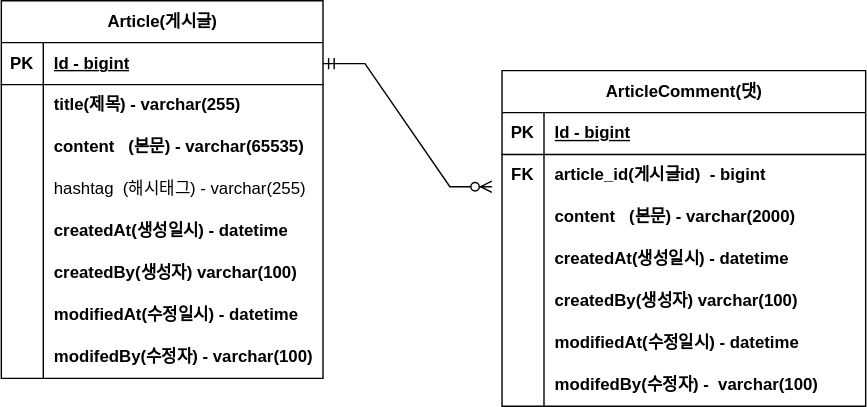
The draw.io diagram document/project-board-erd.svg in Minzion0/project-board, before a commit. Source tidied: cells renumbered, new cells last; positions are measured from the earlier drawing's top-left corner, leaving out a move shared by most shapes.
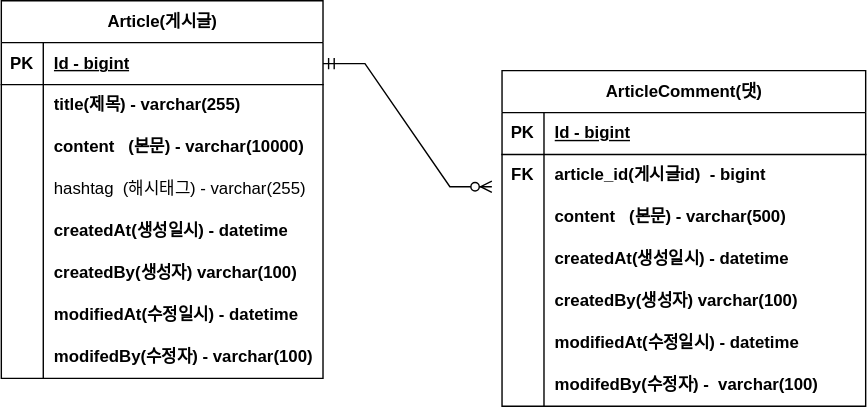
Above is the later version.

Commit message:
#10 - erd 업데이트 : content 길이 수정

What changed in the source:
```diff
@@ -29,7 +29,7 @@
     <mxCell id="10" style="shape=partialRectangle;fillColor=none;top=0;left=0;bottom=0;right=0;overflow=hidden;whiteSpace=wrap;html=1;" parent="9" vertex="1">
       <mxGeometry width="30" height="30" as="geometry" />
     </mxCell>
-    <mxCell id="11" value="content&amp;nbsp; &amp;nbsp;(본문) - varchar(65535)" style="shape=partialRectangle;fillColor=none;top=0;left=0;bottom=0;right=0;align=left;spacingLeft=6;overflow=hidden;whiteSpace=wrap;html=1;fontStyle=1;" parent="9" vertex="1">
+    <mxCell id="11" value="content&amp;nbsp; &amp;nbsp;(본문) - varchar(10000)" style="shape=partialRectangle;fillColor=none;top=0;left=0;bottom=0;right=0;align=left;spacingLeft=6;overflow=hidden;whiteSpace=wrap;html=1;fontStyle=1;" parent="9" vertex="1">
       <mxGeometry x="30" width="200" height="30" as="geometry" />
     </mxCell>
     <mxCell id="12" style="shape=tableRow;horizontal=0;startSize=0;swimlaneHead=0;swimlaneBody=0;fillColor=none;top=0;left=0;right=0;bottom=0;" parent="2" vertex="1">
@@ -104,7 +104,7 @@
     <mxCell id="35" style="shape=partialRectangle;fillColor=none;top=0;left=0;bottom=0;right=0;overflow=hidden;whiteSpace=wrap;html=1;" parent="34" vertex="1">
       <mxGeometry width="30" height="30" as="geometry" />
     </mxCell>
-    <mxCell id="36" value="content&amp;nbsp; &amp;nbsp;(본문) - varchar(2000)" style="shape=partialRectangle;fillColor=none;top=0;left=0;bottom=0;right=0;align=left;spacingLeft=6;overflow=hidden;whiteSpace=wrap;html=1;fontStyle=1;" parent="34" vertex="1">
+    <mxCell id="36" value="content&amp;nbsp; &amp;nbsp;(본문) - varchar(500)" style="shape=partialRectangle;fillColor=none;top=0;left=0;bottom=0;right=0;align=left;spacingLeft=6;overflow=hidden;whiteSpace=wrap;html=1;fontStyle=1;" parent="34" vertex="1">
       <mxGeometry x="30" width="230" height="30" as="geometry" />
     </mxCell>
     <mxCell id="37" style="shape=tableRow;horizontal=0;startSize=0;swimlaneHead=0;swimlaneBody=0;fillColor=none;top=0;left=0;right=0;bottom=0;" parent="27" vertex="1">
```
